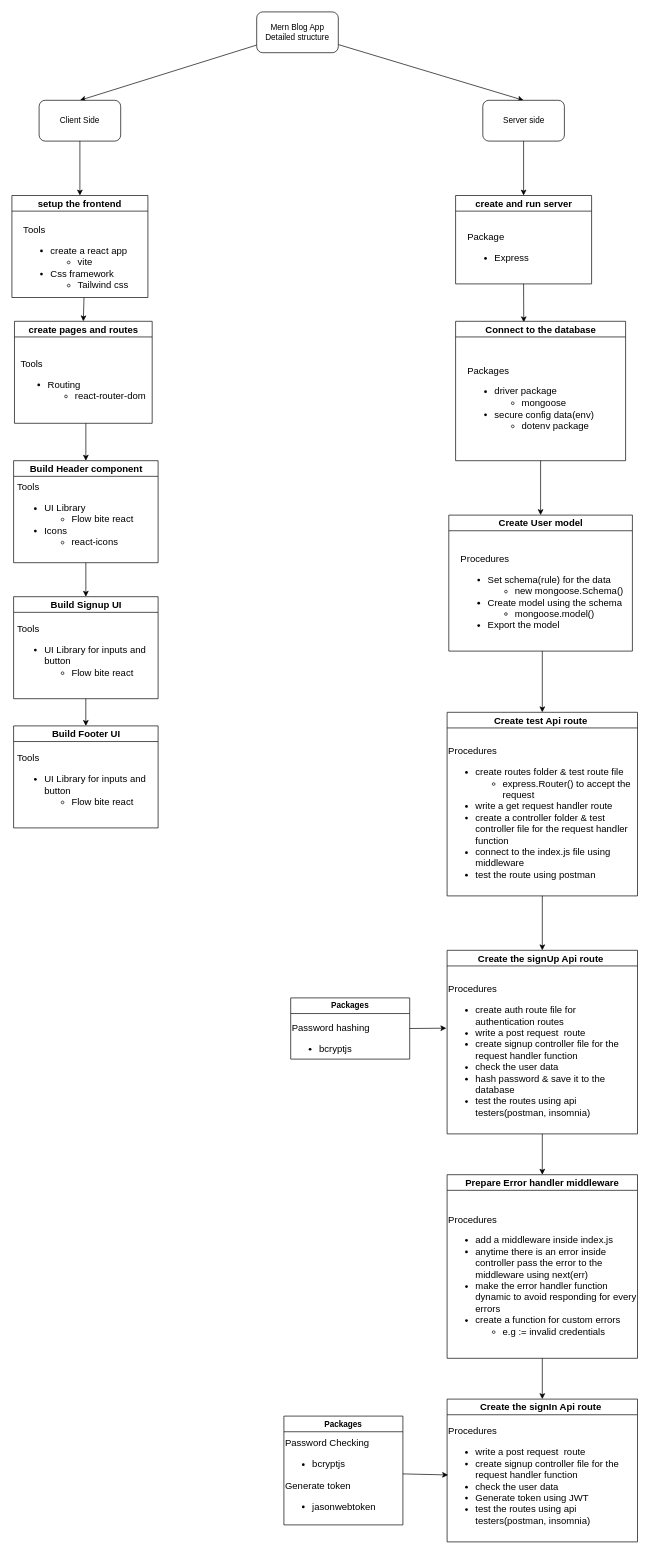
Above: structure.drawio in Tsegazeab-dev/Habesha-Blog (draw.io), before the change. Source tidied: cells renumbered, new cells numbered last; positions are measured from the earlier drawing's top-left corner, leaving out a move shared by most shapes. Both pictures are drawn from the tidied source at 68%, with x=0, y=0 at pixel (12, 12).
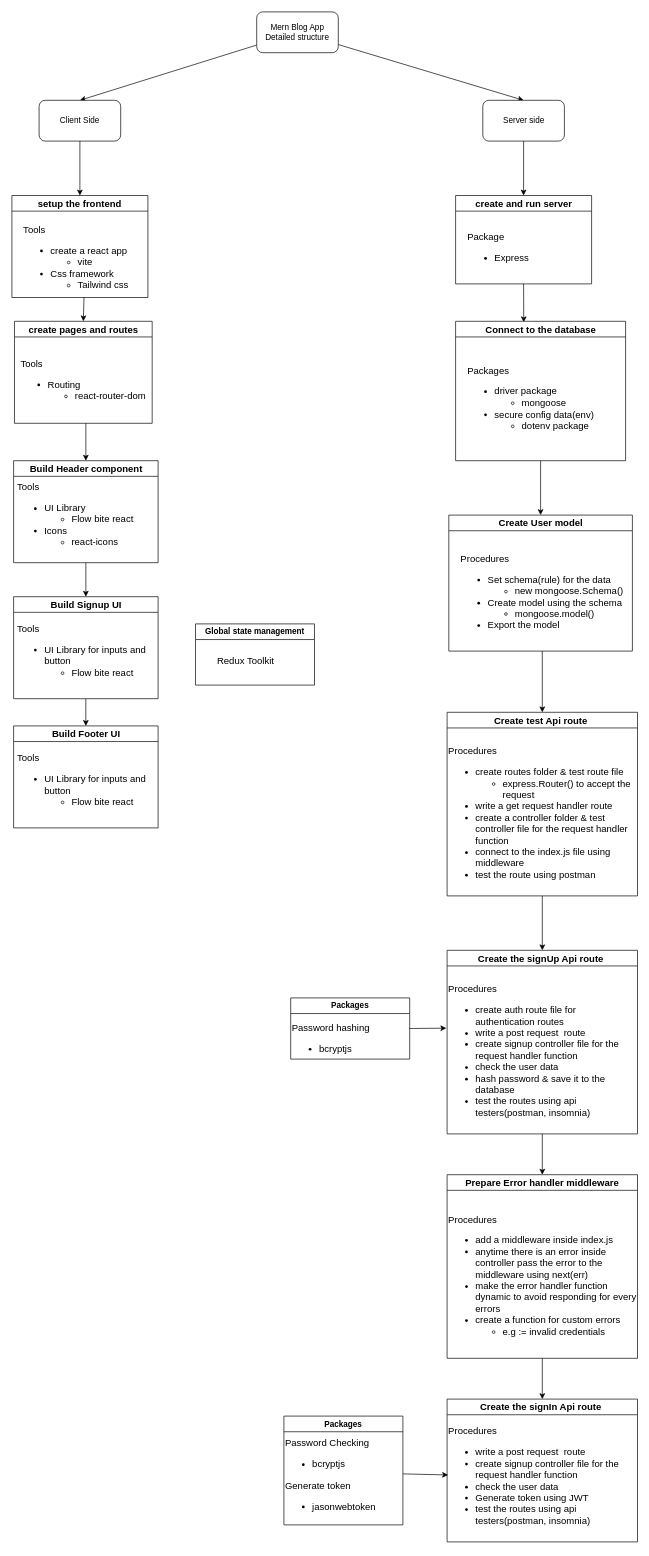
The same page after the edit.

Commit message (it also covers changes not shown here):
make the redux state persistant through refreshes

The edit, as a diff of the source:
```diff
@@
+    <mxCell id="50" value="Global state management" style="swimlane;whiteSpace=wrap;html=1;" parent="1" vertex="1">
+      <mxGeometry x="270" y="900" width="175" height="90" as="geometry" />
+    </mxCell>
+    <mxCell id="51" value="&lt;div style=&quot;&quot;&gt;Redux Toolkit&lt;/div&gt;" style="text;html=1;strokeColor=none;fillColor=none;align=left;verticalAlign=middle;whiteSpace=wrap;rounded=0;fontSize=14;" parent="50" vertex="1">
+      <mxGeometry x="30" y="40" width="110" height="30" as="geometry" />
+    </mxCell>
```
